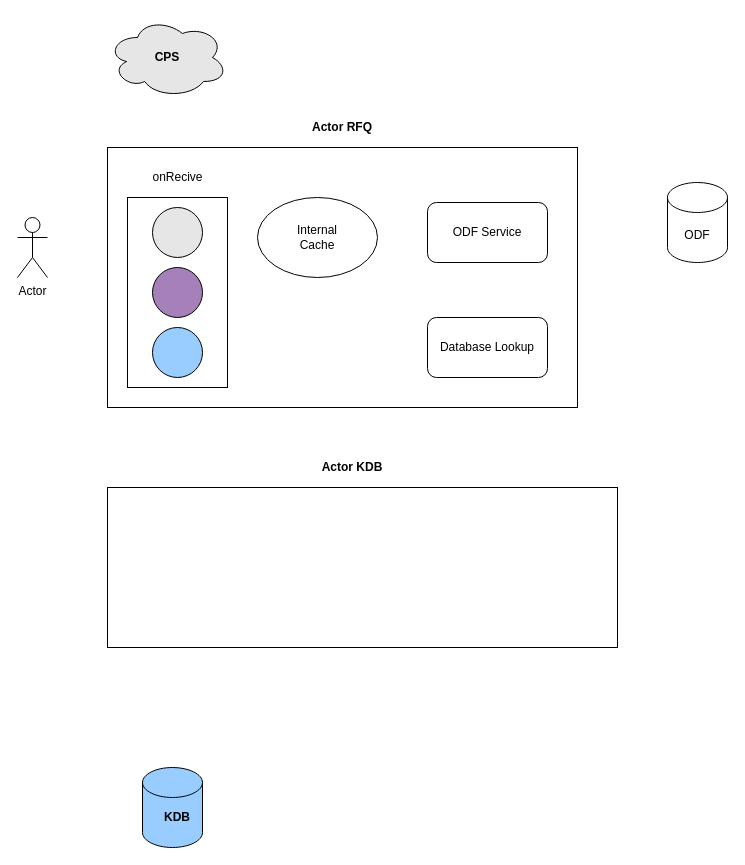
Above: LookupService.drawio in bhargrah/drawio (draw.io), before the change. Source tidied: cells renumbered, new cells numbered last; positions are measured from the earlier drawing's top-left corner, leaving out a move shared by most shapes. Both pictures are drawn from the tidied source at 100%, with x=0, y=0 at pixel (17, 17).
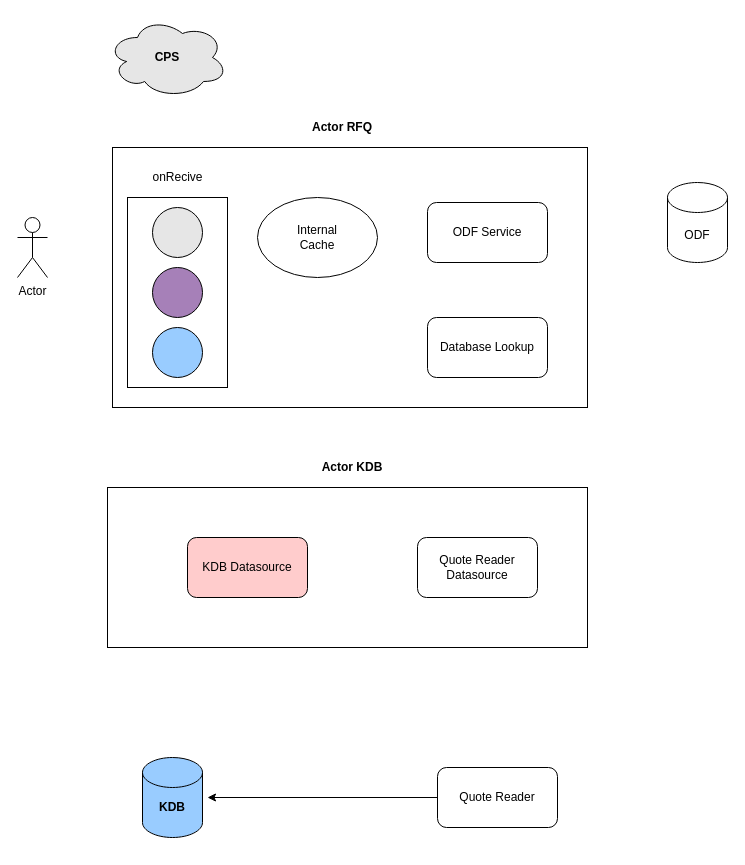
The same diagram, later.

Change to the diagram source:
```diff
@@
     <mxCell id="2" style="rounded=0;whiteSpace=wrap;html=1;" parent="1" vertex="1">
-      <mxGeometry x="90" y="130" width="470" height="260" as="geometry" />
+      <mxGeometry x="95" y="130" width="475" height="260" as="geometry" />
     </mxCell>
     <mxCell id="3" style="rounded=0;whiteSpace=wrap;html=1;" parent="1" vertex="1">
-      <mxGeometry x="90" y="470" width="510" height="160" as="geometry" />
+      <mxGeometry x="90" y="470" width="480" height="160" as="geometry" />
     </mxCell>
@@
     <mxCell id="13" style="shape=cylinder3;whiteSpace=wrap;html=1;boundedLbl=1;backgroundOutline=1;size=15;fillColor=#99CCFF;" parent="1" vertex="1">
-      <mxGeometry x="125" y="750" width="60" height="80" as="geometry" />
+      <mxGeometry x="125" y="740" width="60" height="80" as="geometry" />
     </mxCell>
     <mxCell id="14" value="&lt;b&gt;KDB&lt;/b&gt;" style="text;html=1;strokeColor=none;fillColor=none;align=center;verticalAlign=middle;whiteSpace=wrap;rounded=0;" parent="1" vertex="1">
-      <mxGeometry x="140" y="790" width="40" height="20" as="geometry" />
+      <mxGeometry x="135" y="780" width="40" height="20" as="geometry" />
     </mxCell>
@@
+    <mxCell id="21" style="edgeStyle=orthogonalEdgeStyle;rounded=0;jettySize=auto;html=1;" parent="1" edge="1" source="22">
+      <mxGeometry relative="1" as="geometry">
+        <mxPoint x="190" y="780" as="targetPoint" />
+        <Array as="points">
+          <mxPoint x="190" y="780" />
+        </Array>
+      </mxGeometry>
+    </mxCell>
+    <mxCell id="22" value="Quote Reader" style="rounded=1;whiteSpace=wrap;html=1;fillColor=#FFFFFF;" parent="1" vertex="1">
+      <mxGeometry x="420" y="750" width="120" height="60" as="geometry" />
+    </mxCell>
+    <mxCell id="23" value="Quote Reader Datasource" style="rounded=1;whiteSpace=wrap;html=1;fillColor=#FFFFFF;" parent="1" vertex="1">
+      <mxGeometry x="400" y="520" width="120" height="60" as="geometry" />
+    </mxCell>
+    <mxCell id="24" value="KDB Datasource" style="rounded=1;whiteSpace=wrap;html=1;fillColor=#FFCCCC;" parent="1" vertex="1">
+      <mxGeometry x="170" y="520" width="120" height="60" as="geometry" />
+    </mxCell>
```
